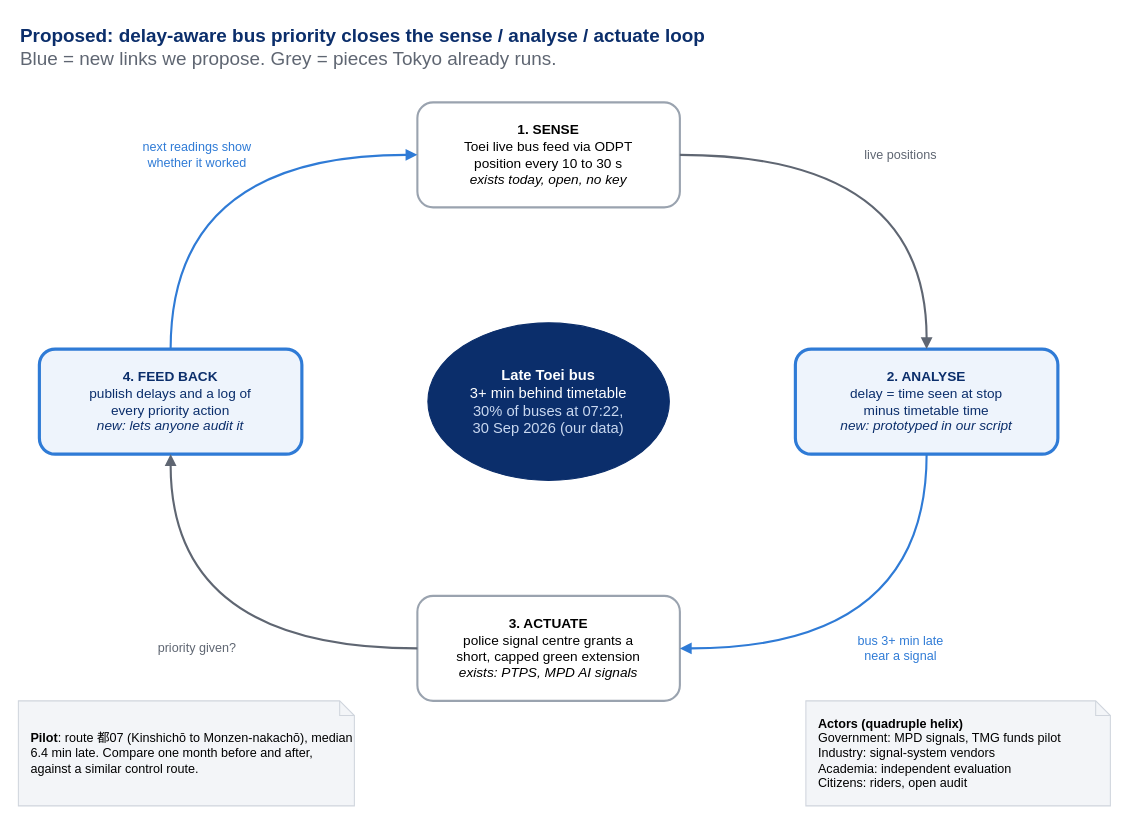
Above: diagrams/proposal_loop.drawio in XxAG17xX/tokyo-smart-mobility (draw.io), before the change. Source tidied: cells renumbered, new cells numbered last; positions are measured from the earlier drawing's top-left corner, leaving out a move shared by most shapes. Both pictures are drawn from the tidied source at 105%, with x=0, y=0 at pixel (18, 18).
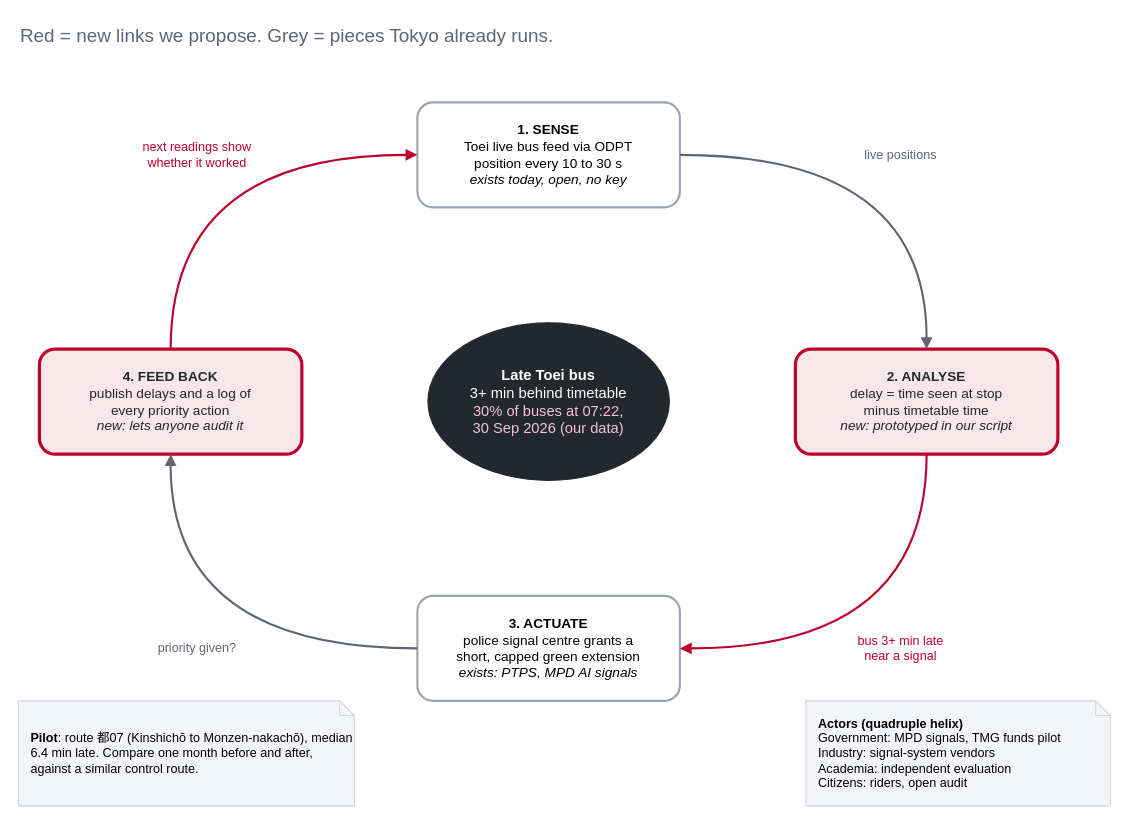
Above is the later version.

Diff of the diagram source:
```diff
@@
 <mxGraphModel>
   <root>
     <mxCell id="0" />
     <mxCell id="1" parent="0" />
-    <mxCell id="2" value="&lt;b&gt;Proposed: delay-aware bus priority closes the sense / analyse / actuate loop&lt;/b&gt;&lt;br&gt;&lt;font color=&quot;#5F6672&quot;&gt;Blue = new links we propose. Grey = pieces Tokyo already runs.&lt;/font&gt;" style="text;html=1;align=left;verticalAlign=top;fontSize=18;fontColor=#0B2E6B;" parent="1" vertex="1">
+    <mxCell id="2" value="&lt;font color=&quot;#5F6672&quot;&gt;Red = new links we propose. Grey = pieces Tokyo already runs.&lt;/font&gt;" style="text;html=1;align=left;verticalAlign=top;fontSize=18;fontColor=#23272E;" parent="1" vertex="1">
       <mxGeometry width="1000" height="60" as="geometry" />
     </mxCell>
-    <mxCell id="3" value="&lt;b&gt;Late Toei bus&lt;/b&gt;&lt;br&gt;3+ min behind timetable&lt;br&gt;&lt;font color=&quot;#C9D8F0&quot;&gt;30% of buses at 07:22,&lt;br&gt;30 Sep 2026 (our data)&lt;/font&gt;" style="ellipse;whiteSpace=wrap;html=1;fillColor=#0B2E6B;strokeColor=#0B2E6B;fontColor=#FFFFFF;fontSize=14;" parent="1" vertex="1">
+    <mxCell id="3" value="&lt;b&gt;Late Toei bus&lt;/b&gt;&lt;br&gt;3+ min behind timetable&lt;br&gt;&lt;font color=&quot;#F2C6CF&quot;&gt;30% of buses at 07:22,&lt;br&gt;30 Sep 2026 (our data)&lt;/font&gt;" style="ellipse;whiteSpace=wrap;html=1;fillColor=#23272E;strokeColor=#23272E;fontColor=#FFFFFF;fontSize=14;" parent="1" vertex="1">
       <mxGeometry x="390" y="290" width="230" height="150" as="geometry" />
     </mxCell>
     <mxCell id="4" value="&lt;b&gt;1. SENSE&lt;/b&gt;&lt;br&gt;Toei live bus feed via ODPT&lt;br&gt;position every 10 to 30 s&lt;br&gt;&lt;i&gt;exists today, open, no key&lt;/i&gt;" style="rounded=1;whiteSpace=wrap;html=1;fillColor=#FFFFFF;strokeColor=#9AA3AF;strokeWidth=2;fontSize=13;" parent="1" vertex="1">
       <mxGeometry x="380" y="80" width="250" height="100" as="geometry" />
     </mxCell>
-    <mxCell id="5" value="&lt;b&gt;2. ANALYSE&lt;/b&gt;&lt;br&gt;delay = time seen at stop&lt;br&gt;minus timetable time&lt;br&gt;&lt;i&gt;new: prototyped in our script&lt;/i&gt;" style="rounded=1;whiteSpace=wrap;html=1;fillColor=#EEF4FC;strokeColor=#2F7BD6;strokeWidth=3;fontSize=13;fontColor=#0B2E6B;" parent="1" vertex="1">
+    <mxCell id="5" value="&lt;b&gt;2. ANALYSE&lt;/b&gt;&lt;br&gt;delay = time seen at stop&lt;br&gt;minus timetable time&lt;br&gt;&lt;i&gt;new: prototyped in our script&lt;/i&gt;" style="rounded=1;whiteSpace=wrap;html=1;fillColor=#F7E6EA;strokeColor=#BC002D;strokeWidth=3;fontSize=13;fontColor=#23272E;" parent="1" vertex="1">
       <mxGeometry x="740" y="315" width="250" height="100" as="geometry" />
     </mxCell>
     <mxCell id="6" value="&lt;b&gt;3. ACTUATE&lt;/b&gt;&lt;br&gt;police signal centre grants a&lt;br&gt;short, capped green extension&lt;br&gt;&lt;i&gt;exists: PTPS, MPD AI signals&lt;/i&gt;" style="rounded=1;whiteSpace=wrap;html=1;fillColor=#FFFFFF;strokeColor=#9AA3AF;strokeWidth=2;fontSize=13;" parent="1" vertex="1">
       <mxGeometry x="380" y="550" width="250" height="100" as="geometry" />
     </mxCell>
-    <mxCell id="7" value="&lt;b&gt;4. FEED BACK&lt;/b&gt;&lt;br&gt;publish delays and a log of&lt;br&gt;every priority action&lt;br&gt;&lt;i&gt;new: lets anyone audit it&lt;/i&gt;" style="rounded=1;whiteSpace=wrap;html=1;fillColor=#EEF4FC;strokeColor=#2F7BD6;strokeWidth=3;fontSize=13;fontColor=#0B2E6B;" parent="1" vertex="1">
+    <mxCell id="7" value="&lt;b&gt;4. FEED BACK&lt;/b&gt;&lt;br&gt;publish delays and a log of&lt;br&gt;every priority action&lt;br&gt;&lt;i&gt;new: lets anyone audit it&lt;/i&gt;" style="rounded=1;whiteSpace=wrap;html=1;fillColor=#F7E6EA;strokeColor=#BC002D;strokeWidth=3;fontSize=13;fontColor=#23272E;" parent="1" vertex="1">
       <mxGeometry x="20" y="315" width="250" height="100" as="geometry" />
     </mxCell>
     <mxCell id="8" value="live positions" style="html=1;endArrow=block;endFill=1;strokeColor=#5F6672;strokeWidth=2;curved=1;fontSize=12;fontColor=#5F6672;labelBackgroundColor=#FFFFFF;" parent="1" edge="1" source="4" target="5">
       <mxGeometry relative="1" as="geometry">
         <Array as="points">
           <mxPoint x="865" y="130" />
         </Array>
       </mxGeometry>
     </mxCell>
-    <mxCell id="9" value="bus 3+ min late&lt;br&gt;near a signal" style="html=1;endArrow=block;endFill=1;strokeColor=#2F7BD6;strokeWidth=2;curved=1;fontSize=12;fontColor=#2F7BD6;labelBackgroundColor=#FFFFFF;" parent="1" edge="1" source="5" target="6">
+    <mxCell id="9" value="bus 3+ min late&lt;br&gt;near a signal" style="html=1;endArrow=block;endFill=1;strokeColor=#BC002D;strokeWidth=2;curved=1;fontSize=12;fontColor=#BC002D;labelBackgroundColor=#FFFFFF;" parent="1" edge="1" source="5" target="6">
       <mxGeometry relative="1" as="geometry">
         <Array as="points">
           <mxPoint x="865" y="600" />
         </Array>
       </mxGeometry>
     </mxCell>
     <mxCell id="10" value="priority given?" style="html=1;endArrow=block;endFill=1;strokeColor=#5F6672;strokeWidth=2;curved=1;fontSize=12;fontColor=#5F6672;labelBackgroundColor=#FFFFFF;" parent="1" edge="1" source="6" target="7">
       <mxGeometry relative="1" as="geometry">
         <Array as="points">
           <mxPoint x="145" y="600" />
         </Array>
       </mxGeometry>
     </mxCell>
-    <mxCell id="11" value="next readings show&lt;br&gt;whether it worked" style="html=1;endArrow=block;endFill=1;strokeColor=#2F7BD6;strokeWidth=2;curved=1;fontSize=12;fontColor=#2F7BD6;labelBackgroundColor=#FFFFFF;" parent="1" edge="1" source="7" target="4">
+    <mxCell id="11" value="next readings show&lt;br&gt;whether it worked" style="html=1;endArrow=block;endFill=1;strokeColor=#BC002D;strokeWidth=2;curved=1;fontSize=12;fontColor=#BC002D;labelBackgroundColor=#FFFFFF;" parent="1" edge="1" source="7" target="4">
       <mxGeometry relative="1" as="geometry">
         <Array as="points">
           <mxPoint x="145" y="130" />
         </Array>
       </mxGeometry>
     </mxCell>
     <mxCell id="12" value="&lt;b&gt;Actors (quadruple helix)&lt;/b&gt;&lt;br&gt;Government: MPD signals, TMG funds pilot&lt;br&gt;Industry: signal-system vendors&lt;br&gt;Academia: independent evaluation&lt;br&gt;Citizens: riders, open audit" style="shape=note;whiteSpace=wrap;html=1;size=14;fillColor=#F3F5F8;strokeColor=#D0D5DD;fontSize=12;align=left;spacingLeft=10;" parent="1" vertex="1">
       <mxGeometry x="750" y="650" width="290" height="100" as="geometry" />
     </mxCell>
     <mxCell id="13" value="&lt;b&gt;Pilot&lt;/b&gt;: route 都07 (Kinshichō to Monzen-nakachō), median 6.4 min late. Compare one month before and after, against a similar control route." style="shape=note;whiteSpace=wrap;html=1;size=14;fillColor=#F3F5F8;strokeColor=#D0D5DD;fontSize=12;align=left;spacingLeft=10;" parent="1" vertex="1">
       <mxGeometry y="650" width="320" height="100" as="geometry" />
     </mxCell>
   </root>
 </mxGraphModel>
```
